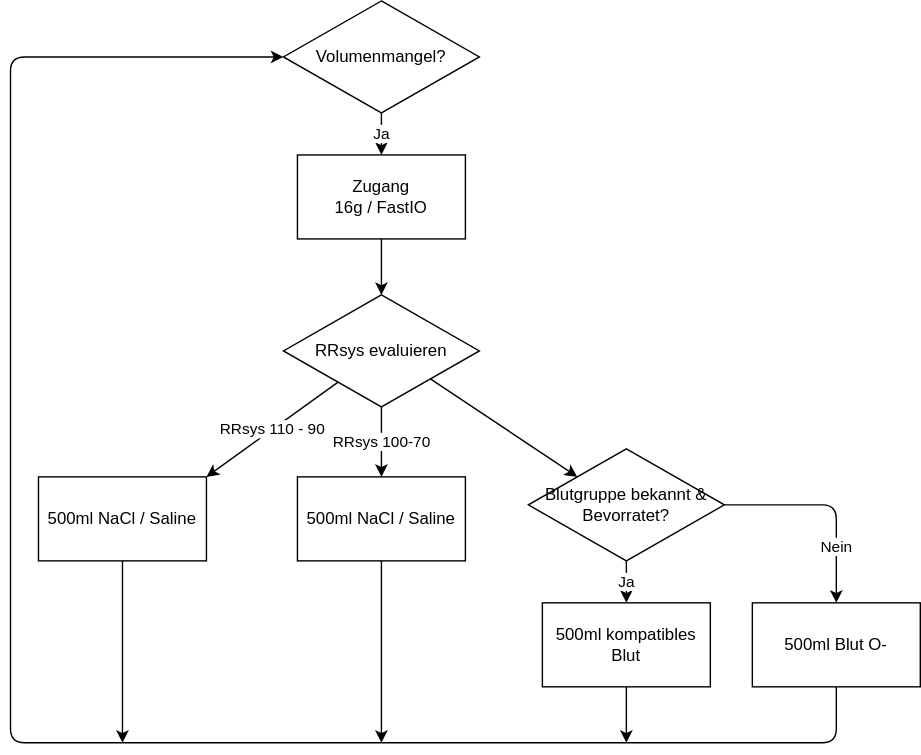
The draw.io diagram img/medical/C-Volumengabe.drawio.svg in immervoll/ALKIArmaSOPs, before a commit. Source tidied: cells renumbered, new cells last; positions are measured from the earlier drawing's top-left corner, leaving out a move shared by most shapes.
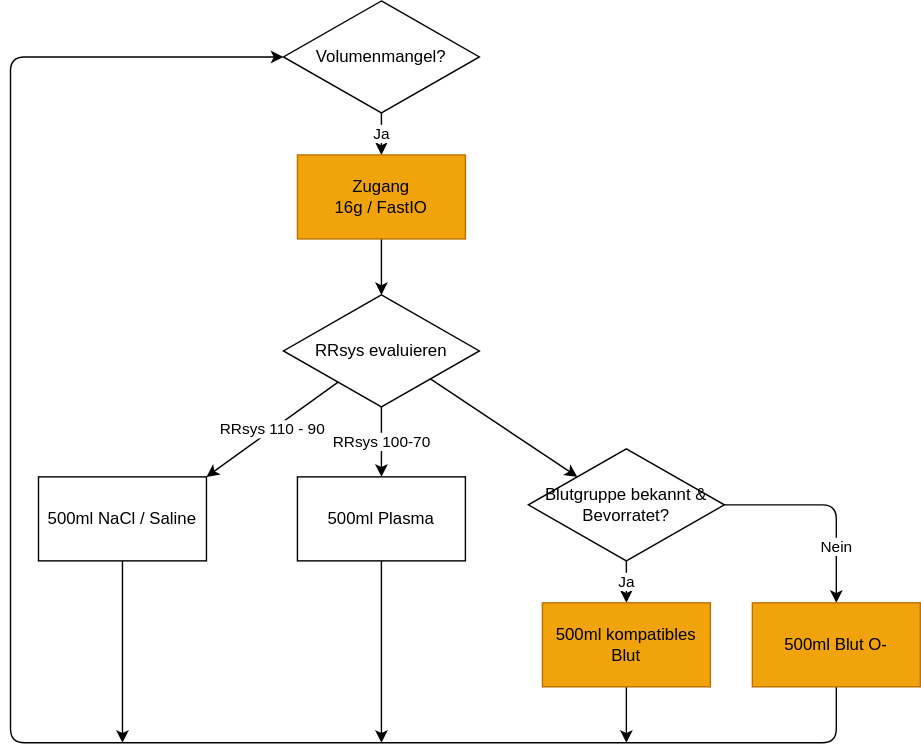
The same diagram one commit later.

What changed in the source:
```diff
@@ -11,7 +11,7 @@
     <mxCell id="4" style="edgeStyle=none;html=1;" parent="1" edge="1" source="5" target="9">
       <mxGeometry relative="1" as="geometry" />
     </mxCell>
-    <mxCell id="5" value="Zugang&lt;br&gt;16g / FastIO" style="whiteSpace=wrap;html=1;" parent="1" vertex="1">
+    <mxCell id="5" value="Zugang&lt;br&gt;16g / FastIO" style="whiteSpace=wrap;html=1;fillColor=#f0a30a;fontColor=#000000;strokeColor=#BD7000;" parent="1" vertex="1">
       <mxGeometry x="205" y="110" width="120" height="60" as="geometry" />
     </mxCell>
     <mxCell id="6" value="RRsys 110 - 90" style="edgeStyle=none;html=1;entryX=1;entryY=0;entryDx=0;entryDy=0;" parent="1" edge="1" source="9" target="11">
@@ -39,7 +39,7 @@
         <mxPoint x="265" y="530" as="targetPoint" />
       </mxGeometry>
     </mxCell>
-    <mxCell id="13" value="500ml NaCl / Saline" style="whiteSpace=wrap;html=1;" parent="1" vertex="1">
+    <mxCell id="13" value="500ml Plasma" style="whiteSpace=wrap;html=1;" parent="1" vertex="1">
       <mxGeometry x="205" y="340" width="120" height="60" as="geometry" />
     </mxCell>
     <mxCell id="14" value="Ja" style="edgeStyle=none;html=1;" parent="1" edge="1" source="16" target="18">
@@ -60,7 +60,7 @@
         <mxPoint x="440" y="530" as="targetPoint" />
       </mxGeometry>
     </mxCell>
-    <mxCell id="18" value="500ml kompatibles Blut" style="whiteSpace=wrap;html=1;" parent="1" vertex="1">
+    <mxCell id="18" value="500ml kompatibles Blut" style="whiteSpace=wrap;html=1;fillColor=#f0a30a;fontColor=#000000;strokeColor=#BD7000;" parent="1" vertex="1">
       <mxGeometry x="380" y="430" width="120" height="60" as="geometry" />
     </mxCell>
     <mxCell id="19" style="edgeStyle=none;html=1;exitX=0.5;exitY=1;exitDx=0;exitDy=0;entryX=0;entryY=0.5;entryDx=0;entryDy=0;" parent="1" edge="1" source="20" target="3">
@@ -73,7 +73,7 @@
         </Array>
       </mxGeometry>
     </mxCell>
-    <mxCell id="20" value="500ml Blut O-" style="whiteSpace=wrap;html=1;" parent="1" vertex="1">
+    <mxCell id="20" value="500ml Blut O-" style="whiteSpace=wrap;html=1;fillColor=#f0a30a;fontColor=#000000;strokeColor=#BD7000;" parent="1" vertex="1">
       <mxGeometry x="530" y="430" width="120" height="60" as="geometry" />
     </mxCell>
   </root>
```
